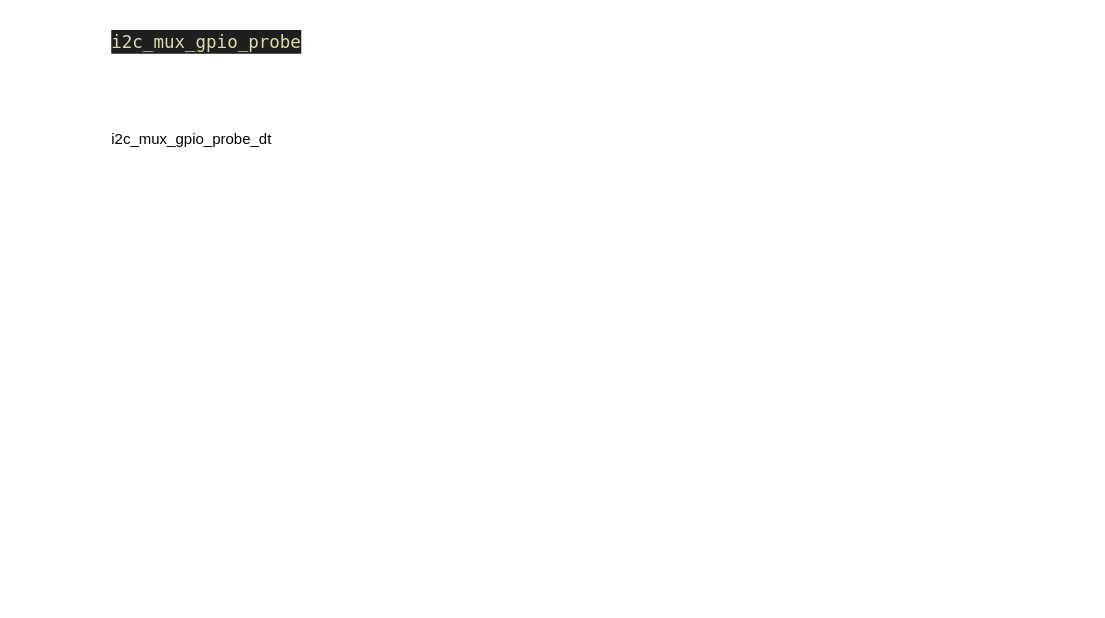
This is i2c-mux-001.drawio from zhang-lulin/draw-io, a draw.io file, before an edit. Source tidied: cells renumbered, new cells numbered last; positions are measured from the earlier drawing's top-left corner, leaving out a move shared by most shapes. Both pictures are drawn from the tidied source at 125%, with x=0, y=0 at pixel (109, 21).
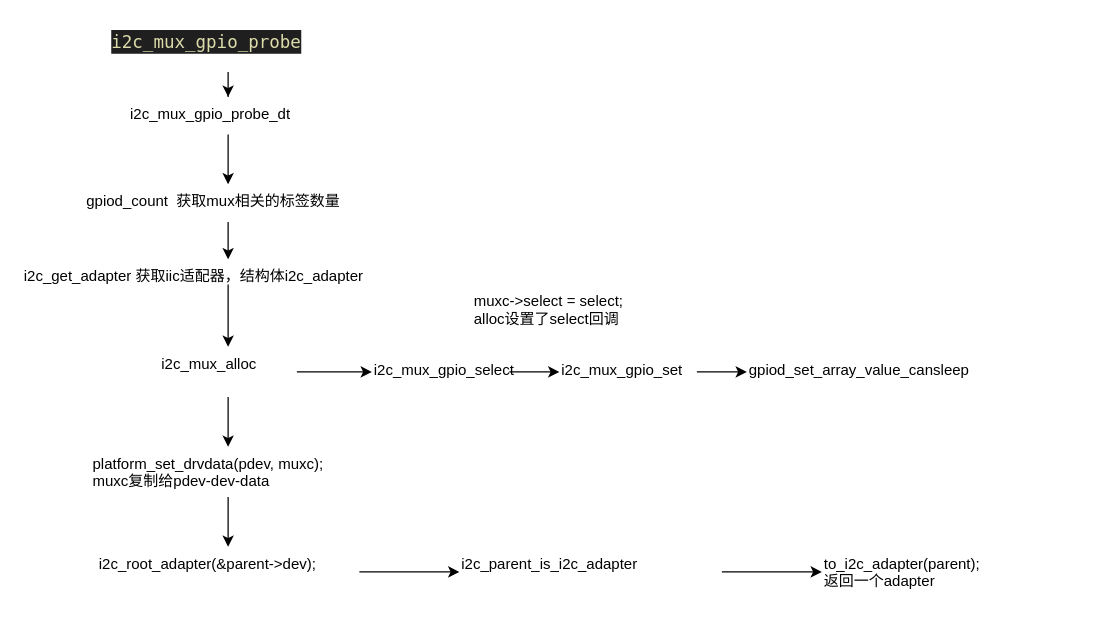
The same page after the edit.

The change refers to these unchanged cells:
```xml
<mxCell id="2" value="&lt;div style=&quot;color: #cccccc;background-color: #1f1f1f;font-family: 'Droid Sans Mono', 'monospace', monospace;font-weight: normal;font-size: 14px;line-height: 19px;white-space: pre;&quot;&gt;&lt;div&gt;&lt;span style=&quot;color: #dcdcaa;&quot;&gt;i2c_mux_gpio_probe&lt;/span&gt;&lt;/div&gt;&lt;/div&gt;" style="text;whiteSpace=wrap;html=1;" parent="1" vertex="1">
  <mxGeometry width="190" height="40" as="geometry" />
</mxCell>
```

The edit, as a diff of the source:
```diff
@@
+    <mxCell id="4" style="edgeStyle=orthogonalEdgeStyle;rounded=0;jettySize=auto;html=1;entryX=0.5;entryY=0;entryDx=0;entryDy=0;" parent="1" edge="1" source="2" target="3">
+      <mxGeometry relative="1" as="geometry" />
+    </mxCell>
@@
+    <mxCell id="5" style="edgeStyle=orthogonalEdgeStyle;rounded=0;jettySize=auto;html=1;entryX=0.5;entryY=0;entryDx=0;entryDy=0;" parent="1" edge="1" source="3" target="7">
+      <mxGeometry relative="1" as="geometry" />
+    </mxCell>
     <mxCell id="3" value="i2c_mux_gpio_probe_dt" style="text;whiteSpace=wrap;" parent="1" vertex="1">
-      <mxGeometry y="80" width="160" height="40" as="geometry" />
+      <mxGeometry x="15" y="60" width="160" height="30" as="geometry" />
     </mxCell>
+    <mxCell id="6" style="edgeStyle=orthogonalEdgeStyle;rounded=0;jettySize=auto;html=1;" parent="1" edge="1" source="7" target="9">
+      <mxGeometry relative="1" as="geometry" />
+    </mxCell>
+    <mxCell id="7" value="gpiod_count  获取mux相关的标签数量" style="text;whiteSpace=wrap;" parent="1" vertex="1">
+      <mxGeometry x="-20" y="130" width="230" height="30" as="geometry" />
+    </mxCell>
+    <mxCell id="8" style="edgeStyle=orthogonalEdgeStyle;rounded=0;jettySize=auto;html=1;entryX=0.5;entryY=0;entryDx=0;entryDy=0;" parent="1" edge="1" source="9" target="12">
+      <mxGeometry relative="1" as="geometry" />
+    </mxCell>
+    <mxCell id="9" value="i2c_get_adapter 获取iic适配器，结构体i2c_adapter" style="text;whiteSpace=wrap;" parent="1" vertex="1">
+      <mxGeometry x="-70" y="190" width="330" height="20" as="geometry" />
+    </mxCell>
+    <mxCell id="10" style="edgeStyle=orthogonalEdgeStyle;rounded=0;jettySize=auto;html=1;" parent="1" edge="1" source="12" target="14">
+      <mxGeometry relative="1" as="geometry" />
+    </mxCell>
+    <mxCell id="11" style="edgeStyle=orthogonalEdgeStyle;rounded=0;jettySize=auto;html=1;" parent="1" edge="1" source="12" target="20">
+      <mxGeometry relative="1" as="geometry" />
+    </mxCell>
+    <mxCell id="12" value="i2c_mux_alloc" style="text;whiteSpace=wrap;" parent="1" vertex="1">
+      <mxGeometry x="40" y="260" width="110" height="40" as="geometry" />
+    </mxCell>
+    <mxCell id="13" style="edgeStyle=orthogonalEdgeStyle;rounded=0;jettySize=auto;html=1;" parent="1" edge="1" source="14" target="16">
+      <mxGeometry relative="1" as="geometry" />
+    </mxCell>
+    <mxCell id="14" value="i2c_mux_gpio_select" style="text;whiteSpace=wrap;" parent="1" vertex="1">
+      <mxGeometry x="210" y="265" width="110" height="30" as="geometry" />
+    </mxCell>
+    <mxCell id="15" style="edgeStyle=orthogonalEdgeStyle;rounded=0;jettySize=auto;html=1;" parent="1" edge="1" source="16" target="17">
+      <mxGeometry relative="1" as="geometry" />
+    </mxCell>
+    <mxCell id="16" value="i2c_mux_gpio_set" style="text;whiteSpace=wrap;" parent="1" vertex="1">
+      <mxGeometry x="360" y="265" width="110" height="30" as="geometry" />
+    </mxCell>
+    <mxCell id="17" value="gpiod_set_array_value_cansleep" style="text;whiteSpace=wrap;" parent="1" vertex="1">
+      <mxGeometry x="510" y="265" width="180" height="30" as="geometry" />
+    </mxCell>
+    <mxCell id="18" value="muxc-&gt;select = select;&#10;alloc设置了select回调" style="text;whiteSpace=wrap;" parent="1" vertex="1">
+      <mxGeometry x="290" y="210" width="150" height="40" as="geometry" />
+    </mxCell>
+    <mxCell id="19" style="edgeStyle=orthogonalEdgeStyle;rounded=0;jettySize=auto;html=1;" parent="1" edge="1" source="20" target="22">
+      <mxGeometry relative="1" as="geometry" />
+    </mxCell>
+    <mxCell id="20" value="platform_set_drvdata(pdev, muxc);&#10;muxc复制给pdev-dev-data" style="text;whiteSpace=wrap;" parent="1" vertex="1">
+      <mxGeometry x="-15" y="340" width="220" height="40" as="geometry" />
+    </mxCell>
+    <mxCell id="21" style="edgeStyle=orthogonalEdgeStyle;rounded=0;jettySize=auto;html=1;" parent="1" edge="1" source="22" target="24">
+      <mxGeometry relative="1" as="geometry" />
+    </mxCell>
+    <mxCell id="22" value="i2c_root_adapter(&amp;parent-&gt;dev);" style="text;whiteSpace=wrap;" parent="1" vertex="1">
+      <mxGeometry x="-10" y="420" width="210" height="40" as="geometry" />
+    </mxCell>
+    <mxCell id="23" style="edgeStyle=orthogonalEdgeStyle;rounded=0;jettySize=auto;html=1;" parent="1" edge="1" source="24" target="25">
+      <mxGeometry relative="1" as="geometry" />
+    </mxCell>
+    <mxCell id="24" value="i2c_parent_is_i2c_adapter" style="text;whiteSpace=wrap;" parent="1" vertex="1">
+      <mxGeometry x="280" y="420" width="210" height="40" as="geometry" />
+    </mxCell>
+    <mxCell id="25" value="to_i2c_adapter(parent);&#10;返回一个adapter" style="text;whiteSpace=wrap;" parent="1" vertex="1">
+      <mxGeometry x="570" y="420" width="210" height="40" as="geometry" />
+    </mxCell>
```
